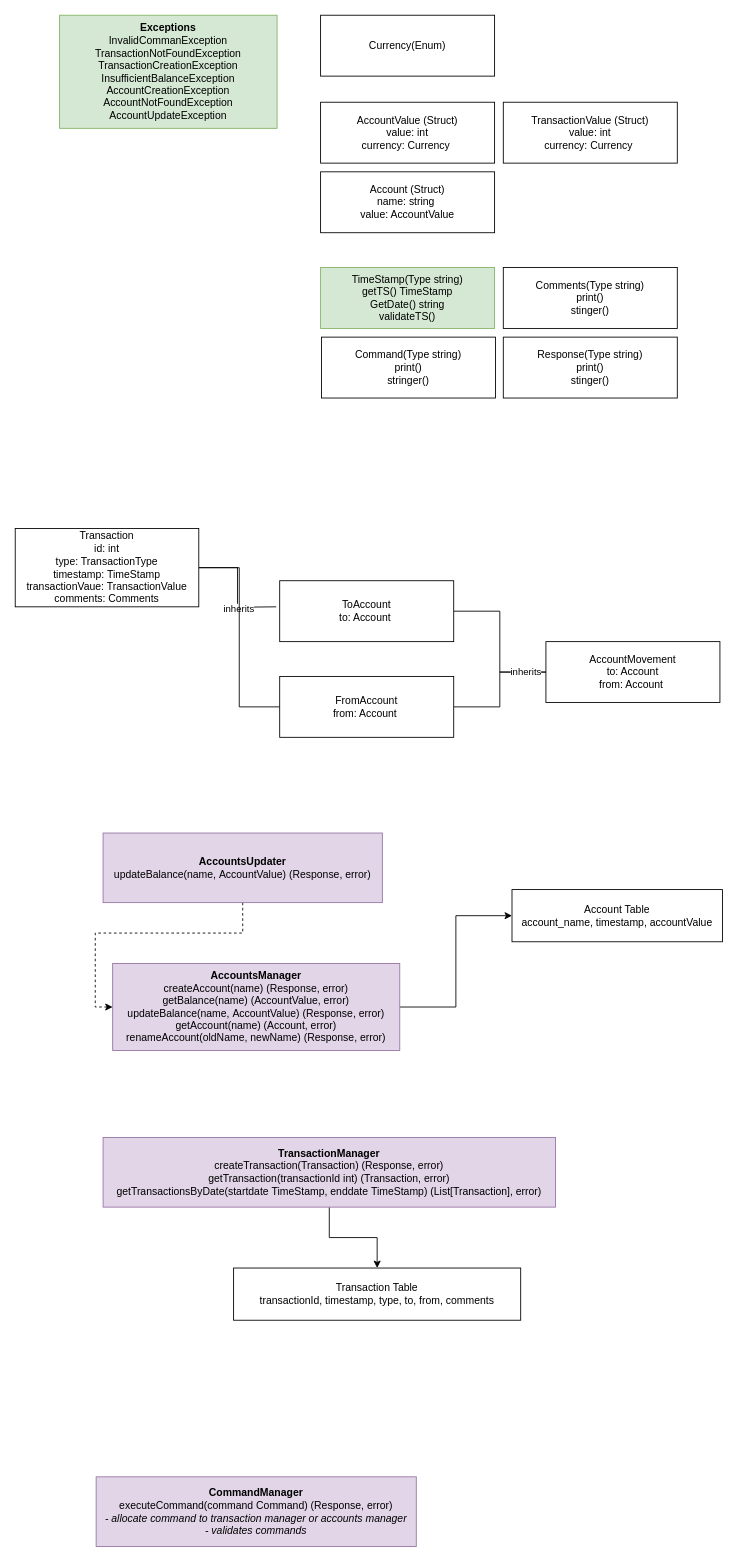
pogo420/persofin keeps this draw.io diagram as page "LLD" (2 of 3) of architecture/personal_finance_utility.drawio. Above is the earlier version. Source tidied: cells renumbered, new cells numbered last; positions are measured from the earlier drawing's top-left corner, leaving out a move shared by most shapes. Both pictures are drawn from the tidied source at 87%, with x=0, y=0 at pixel (15, 15).
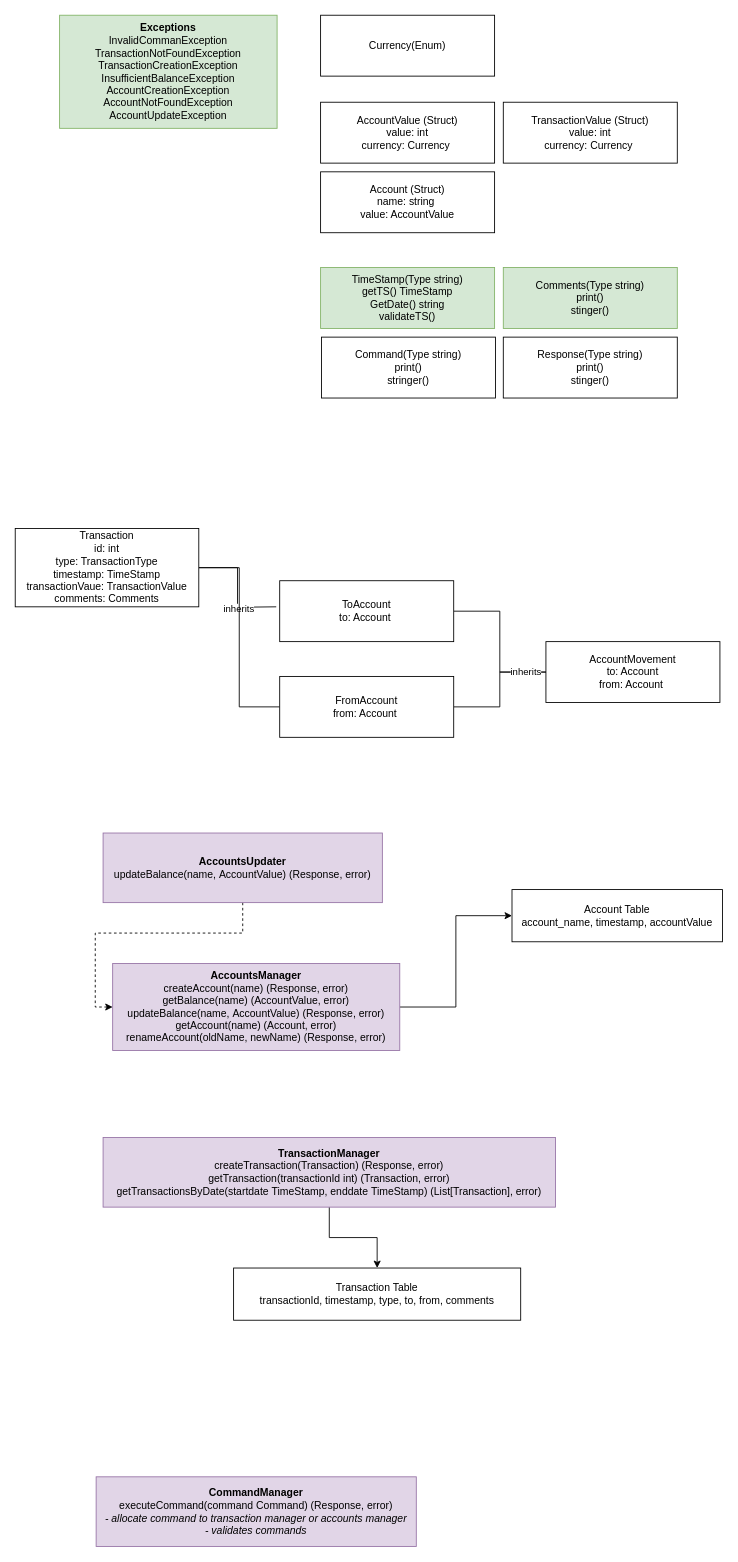
Above is the later version.

Diff of the diagram source:
```diff
@@
-    <mxCell id="29" value="Comments(Type string)&lt;br&gt;print()&lt;br&gt;stinger()" style="rounded=0;whiteSpace=wrap;html=1;" parent="1" vertex="1">
+    <mxCell id="29" value="Comments(Type string)&lt;br&gt;print()&lt;br&gt;stinger()" style="rounded=0;whiteSpace=wrap;html=1;fillColor=#d5e8d4;strokeColor=#82b366;" parent="1" vertex="1">
       <mxGeometry x="561" y="290" width="200" height="70" as="geometry" />
     </mxCell>
```
